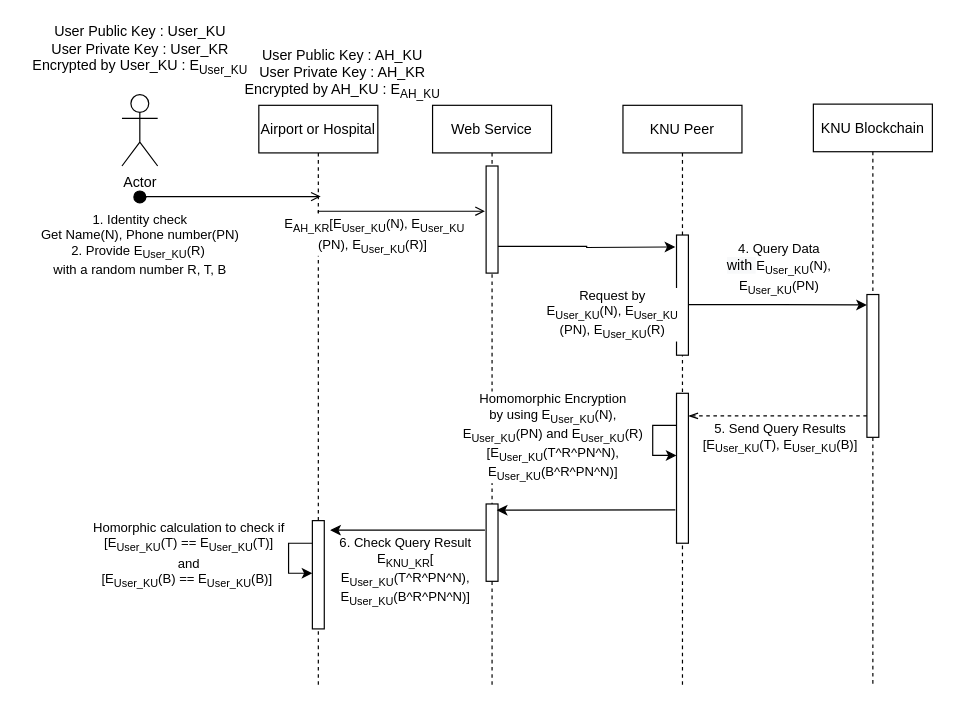
This is page "query for proof" (4 of 4) of SequenceDiagram.drawio from GunhyungKim/TrackingSystem, a draw.io file, before an edit. Source tidied: cells renumbered, new cells numbered last; positions are measured from the earlier drawing's top-left corner, leaving out a move shared by most shapes. Both pictures are drawn from the tidied source at 119%, with x=0, y=0 at pixel (20, 20).
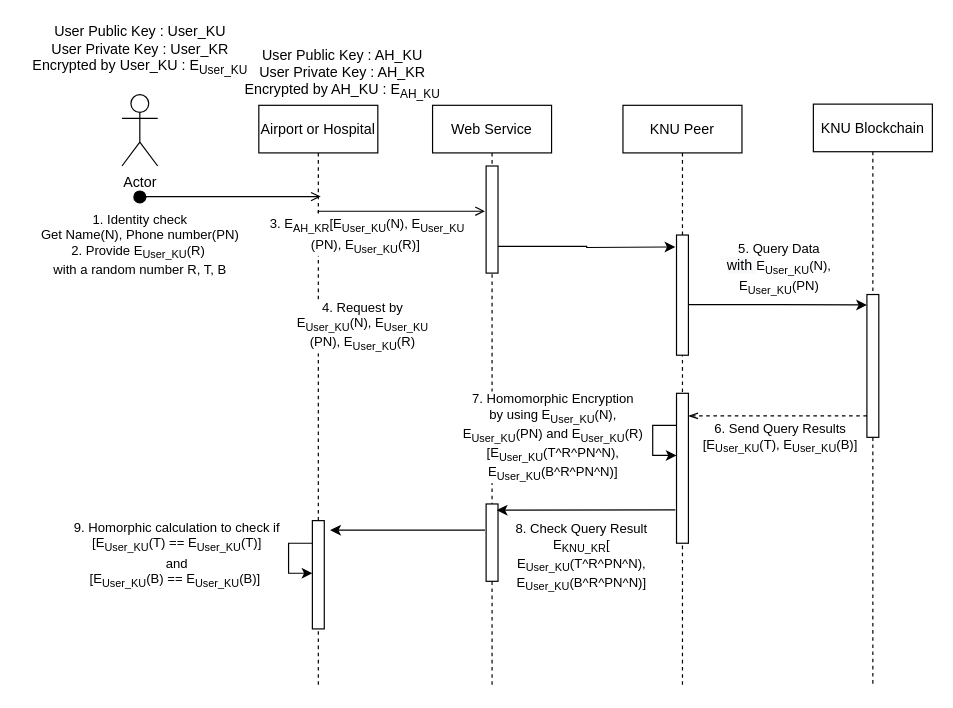
Above is the later version.

Unchanged cells that the change refers to:
```xml
<mxCell id="13" style="edgeStyle=orthogonalEdgeStyle;rounded=0;orthogonalLoop=1;jettySize=auto;html=1;exitX=0;exitY=0.75;exitDx=0;exitDy=0;entryX=1;entryY=0.25;entryDx=0;entryDy=0;endArrow=openThin;endFill=0;dashed=1;" parent="1" edge="1">
  <mxGeometry relative="1" as="geometry">
    <mxPoint x="711" y="332" as="sourcePoint" />
    <mxPoint x="561" y="332" as="targetPoint" />
  </mxGeometry>
</mxCell>
<mxCell id="17" style="edgeStyle=orthogonalEdgeStyle;rounded=0;jettySize=auto;html=1;exitX=1;exitY=0.75;exitDx=0;exitDy=0;" parent="1" edge="1" source="3">
  <mxGeometry relative="1" as="geometry">
    <mxPoint x="550" y="190" as="targetPoint" />
  </mxGeometry>
</mxCell>
<mxCell id="19" style="edgeStyle=orthogonalEdgeStyle;rounded=0;orthogonalLoop=1;jettySize=auto;html=1;exitX=1;exitY=0.75;exitDx=0;exitDy=0;entryX=0;entryY=0.147;entryDx=0;entryDy=0;entryPerimeter=0;" parent="1" edge="1">
  <mxGeometry relative="1" as="geometry">
    <mxPoint x="561" y="238.5" as="sourcePoint" />
    <mxPoint x="711" y="238.8" as="targetPoint" />
    <Array as="points">
      <mxPoint x="636" y="239" />
      <mxPoint x="636" y="239" />
    </Array>
  </mxGeometry>
</mxCell>
<mxCell id="23" style="edgeStyle=orthogonalEdgeStyle;rounded=0;orthogonalLoop=1;jettySize=auto;html=1;exitX=1;exitY=0.5;exitDx=0;exitDy=0;endArrow=open;endFill=0;" parent="1" edge="1">
  <mxGeometry relative="1" as="geometry">
    <mxPoint x="250" y="161.3" as="sourcePoint" />
    <mxPoint x="390" y="160" as="targetPoint" />
    <Array as="points">
      <mxPoint x="250" y="160.3" />
    </Array>
  </mxGeometry>
</mxCell>
<mxCell id="26" style="edgeStyle=orthogonalEdgeStyle;rounded=0;orthogonalLoop=1;jettySize=auto;html=1;exitX=0;exitY=0.5;exitDx=0;exitDy=0;entryX=0;entryY=0.75;entryDx=0;entryDy=0;" parent="1" edge="1">
  <mxGeometry relative="1" as="geometry">
    <mxPoint x="551" y="340" as="sourcePoint" />
    <mxPoint x="551" y="365.2" as="targetPoint" />
    <Array as="points">
      <mxPoint x="531" y="340.5" />
      <mxPoint x="531" y="365.5" />
    </Array>
  </mxGeometry>
</mxCell>
<mxCell id="31" style="edgeStyle=orthogonalEdgeStyle;rounded=0;orthogonalLoop=1;jettySize=auto;html=1;exitX=0;exitY=0.5;exitDx=0;exitDy=0;entryX=0;entryY=0.75;entryDx=0;entryDy=0;" parent="1" edge="1">
  <mxGeometry relative="1" as="geometry">
    <mxPoint x="245" y="439" as="sourcePoint" />
    <mxPoint x="245" y="464.2" as="targetPoint" />
    <Array as="points">
      <mxPoint x="225" y="439.5" />
      <mxPoint x="225" y="464.5" />
    </Array>
  </mxGeometry>
</mxCell>
```

What changed in the source:
```diff
@@
-    <mxCell id="14" value="5. Send Query Results&lt;br&gt;[E&lt;sub&gt;User_KU&lt;/sub&gt;(T), E&lt;sub&gt;User_KU&lt;/sub&gt;(B)]" style="edgeLabel;html=1;align=center;verticalAlign=middle;" parent="13" vertex="1">
+    <mxCell id="14" value="6. Send Query Results&lt;br&gt;[E&lt;sub&gt;User_KU&lt;/sub&gt;(T), E&lt;sub&gt;User_KU&lt;/sub&gt;(B)]" style="edgeLabel;html=1;align=center;verticalAlign=middle;" parent="13" vertex="1">
       <mxGeometry x="0.31" y="4" relative="1" as="geometry">
         <mxPoint x="24" y="14" as="offset" />
       </mxGeometry>
     </mxCell>
@@
-    <mxCell id="18" value="Request by&lt;br&gt;E&lt;sub&gt;User_KU&lt;/sub&gt;(N), E&lt;sub&gt;User_KU&lt;/sub&gt;&lt;br&gt;(PN), E&lt;sub&gt;User_KU&lt;/sub&gt;(R)" style="edgeLabel;html=1;align=center;verticalAlign=middle;" parent="17" vertex="1">
+    <mxCell id="18" value="4. Request by&lt;br&gt;E&lt;sub&gt;User_KU&lt;/sub&gt;(N), E&lt;sub&gt;User_KU&lt;/sub&gt;&lt;br&gt;(PN), E&lt;sub&gt;User_KU&lt;/sub&gt;(R)" style="edgeLabel;html=1;align=center;verticalAlign=middle;" parent="17" vertex="1">
       <mxGeometry y="26" relative="1" as="geometry">
-        <mxPoint x="-5.5" y="56" as="offset" />
+        <mxPoint x="-215.5" y="66" as="offset" />
       </mxGeometry>
     </mxCell>
@@
-    <mxCell id="20" value="4. Query Data&lt;br&gt;&lt;span style=&quot;font-size: 12px ; background-color: rgb(248 , 249 , 250)&quot;&gt;with&amp;nbsp;&lt;/span&gt;E&lt;sub&gt;User_KU&lt;/sub&gt;(N),&lt;br&gt;E&lt;sub&gt;User_KU&lt;/sub&gt;(PN)" style="edgeLabel;html=1;align=center;verticalAlign=middle;" parent="19" vertex="1">
+    <mxCell id="20" value="5. Query Data&lt;br&gt;&lt;span style=&quot;font-size: 12px ; background-color: rgb(248 , 249 , 250)&quot;&gt;with&amp;nbsp;&lt;/span&gt;E&lt;sub&gt;User_KU&lt;/sub&gt;(N),&lt;br&gt;E&lt;sub&gt;User_KU&lt;/sub&gt;(PN)" style="edgeLabel;html=1;align=center;verticalAlign=middle;" parent="19" vertex="1">
       <mxGeometry y="-48" relative="1" as="geometry">
         <mxPoint x="0.3" y="-77.5" as="offset" />
       </mxGeometry>
     </mxCell>
@@
-    <mxCell id="24" value="E&lt;sub&gt;AH_KR&lt;/sub&gt;[E&lt;sub&gt;User_KU&lt;/sub&gt;(N), E&lt;sub&gt;User_KU&lt;/sub&gt;&lt;br&gt;(PN), E&lt;sub&gt;User_KU&lt;/sub&gt;(R)]&amp;nbsp;" style="edgeLabel;html=1;align=center;verticalAlign=middle;" parent="23" vertex="1">
+    <mxCell id="24" value="3. E&lt;sub&gt;AH_KR&lt;/sub&gt;[E&lt;sub&gt;User_KU&lt;/sub&gt;(N), E&lt;sub&gt;User_KU&lt;/sub&gt;&lt;br&gt;(PN), E&lt;sub&gt;User_KU&lt;/sub&gt;(R)]&amp;nbsp;" style="edgeLabel;html=1;align=center;verticalAlign=middle;" parent="23" vertex="1">
       <mxGeometry x="0.26" y="1" relative="1" as="geometry">
-        <mxPoint x="-41.7" y="21" as="offset" />
+        <mxPoint x="-47.7" y="21" as="offset" />
       </mxGeometry>
     </mxCell>
@@
-    <mxCell id="27" value="Homomorphic Encryption &lt;br&gt;by using E&lt;sub&gt;User_KU&lt;/sub&gt;(N), &lt;br&gt;E&lt;sub&gt;User_KU&lt;/sub&gt;(PN) and E&lt;sub&gt;User_KU&lt;/sub&gt;(R)&lt;br&gt;[E&lt;sub&gt;User_KU&lt;/sub&gt;(T^R^PN^N), &lt;br&gt;E&lt;sub&gt;User_KU&lt;/sub&gt;(B^R^PN^N)]" style="edgeLabel;html=1;align=center;verticalAlign=middle;" parent="26" vertex="1">
+    <mxCell id="27" value="7. Homomorphic Encryption &lt;br&gt;by using E&lt;sub&gt;User_KU&lt;/sub&gt;(N), &lt;br&gt;E&lt;sub&gt;User_KU&lt;/sub&gt;(PN) and E&lt;sub&gt;User_KU&lt;/sub&gt;(R)&lt;br&gt;[E&lt;sub&gt;User_KU&lt;/sub&gt;(T^R^PN^N), &lt;br&gt;E&lt;sub&gt;User_KU&lt;/sub&gt;(B^R^PN^N)]" style="edgeLabel;html=1;align=center;verticalAlign=middle;" parent="26" vertex="1">
       <mxGeometry x="0.39" y="4" relative="1" as="geometry">
         <mxPoint x="-84.7" y="-11.3" as="offset" />
       </mxGeometry>
     </mxCell>
@@
-    <mxCell id="30" value="6. Check Query Result&lt;br&gt;E&lt;sub&gt;KNU_KR&lt;/sub&gt;[&lt;br&gt;E&lt;sub&gt;User_KU&lt;/sub&gt;(T^R^PN^N), &lt;br&gt;E&lt;sub&gt;User_KU&lt;/sub&gt;(B^R^PN^N)]" style="edgeLabel;html=1;align=center;verticalAlign=middle;" parent="1" vertex="1">
-      <mxGeometry x="330" y="470" as="geometry">
-        <mxPoint x="-8" y="-8" as="offset" />
+    <mxCell id="30" value="8. Check Query Result&lt;br&gt;E&lt;sub&gt;KNU_KR&lt;/sub&gt;[&lt;br&gt;E&lt;sub&gt;User_KU&lt;/sub&gt;(T^R^PN^N), &lt;br&gt;E&lt;sub&gt;User_KU&lt;/sub&gt;(B^R^PN^N)]" style="edgeLabel;html=1;align=center;verticalAlign=middle;" parent="1" vertex="1">
+      <mxGeometry x="470" y="460" as="geometry">
+        <mxPoint y="-10" as="offset" />
       </mxGeometry>
     </mxCell>
@@
-    <mxCell id="32" value="Homorphic calculation to check if &lt;br&gt;[E&lt;sub&gt;User_KU&lt;/sub&gt;(T) == E&lt;sub&gt;User_KU&lt;/sub&gt;(T)]&lt;br&gt;and&lt;br&gt;[E&lt;sub&gt;User_KU&lt;/sub&gt;(B) == E&lt;sub&gt;User_KU&lt;/sub&gt;(B)]&amp;nbsp;" style="edgeLabel;html=1;align=center;verticalAlign=middle;" parent="31" vertex="1">
+    <mxCell id="32" value="9. Homorphic calculation to check if &lt;br&gt;[E&lt;sub&gt;User_KU&lt;/sub&gt;(T) == E&lt;sub&gt;User_KU&lt;/sub&gt;(T)]&lt;br&gt;and&lt;br&gt;[E&lt;sub&gt;User_KU&lt;/sub&gt;(B) == E&lt;sub&gt;User_KU&lt;/sub&gt;(B)]&amp;nbsp;" style="edgeLabel;html=1;align=center;verticalAlign=middle;" parent="31" vertex="1">
       <mxGeometry x="0.39" y="4" relative="1" as="geometry">
-        <mxPoint x="-84.7" y="-11.3" as="offset" />
+        <mxPoint x="-94.7" y="-11.3" as="offset" />
       </mxGeometry>
     </mxCell>
```
